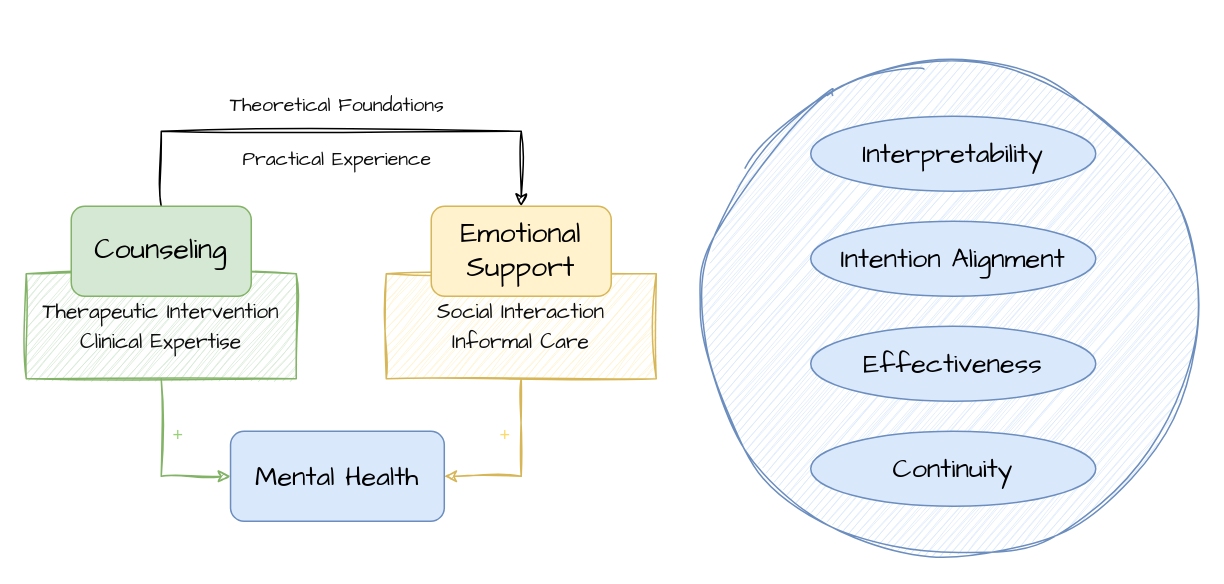
43zxj/- keeps this draw.io diagram as 2025summer.drawio. Above is the earlier version. Source tidied: cells renumbered, new cells numbered last; positions are measured from the earlier drawing's top-left corner, leaving out a move shared by most shapes. Both pictures are drawn from the tidied source at 150%, with x=0, y=0 at pixel (26, 26).
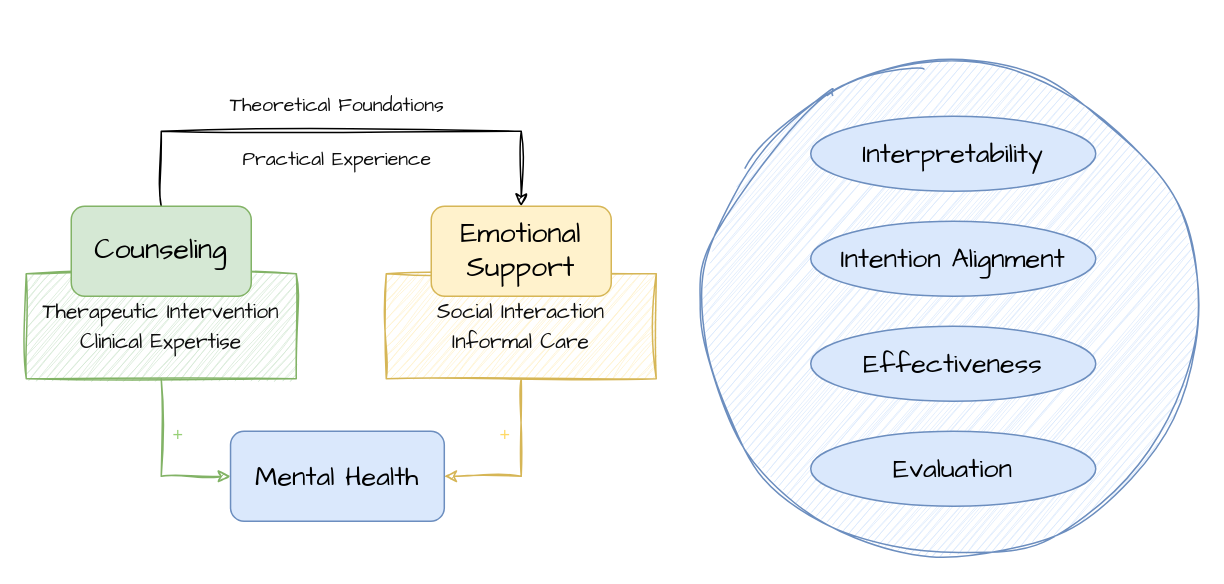
Above is the later version.

What changed in the source:
```diff
@@
-    <mxCell id="16" value="&lt;font face=&quot;Comic Sans MS&quot;&gt;&lt;span style=&quot;font-size: 18px;&quot;&gt;Continuity&lt;/span&gt;&lt;/font&gt;" style="ellipse;whiteSpace=wrap;html=1;fillColor=#dae8fc;strokeColor=#6c8ebf;" parent="1" vertex="1">
+    <mxCell id="16" value="&lt;font face=&quot;Comic Sans MS&quot;&gt;&lt;span style=&quot;font-size: 18px;&quot;&gt;Evaluation&lt;/span&gt;&lt;/font&gt;" style="ellipse;whiteSpace=wrap;html=1;fillColor=#dae8fc;strokeColor=#6c8ebf;" parent="1" vertex="1">
       <mxGeometry x="523" y="270" width="190" height="50" as="geometry" />
     </mxCell>
```
